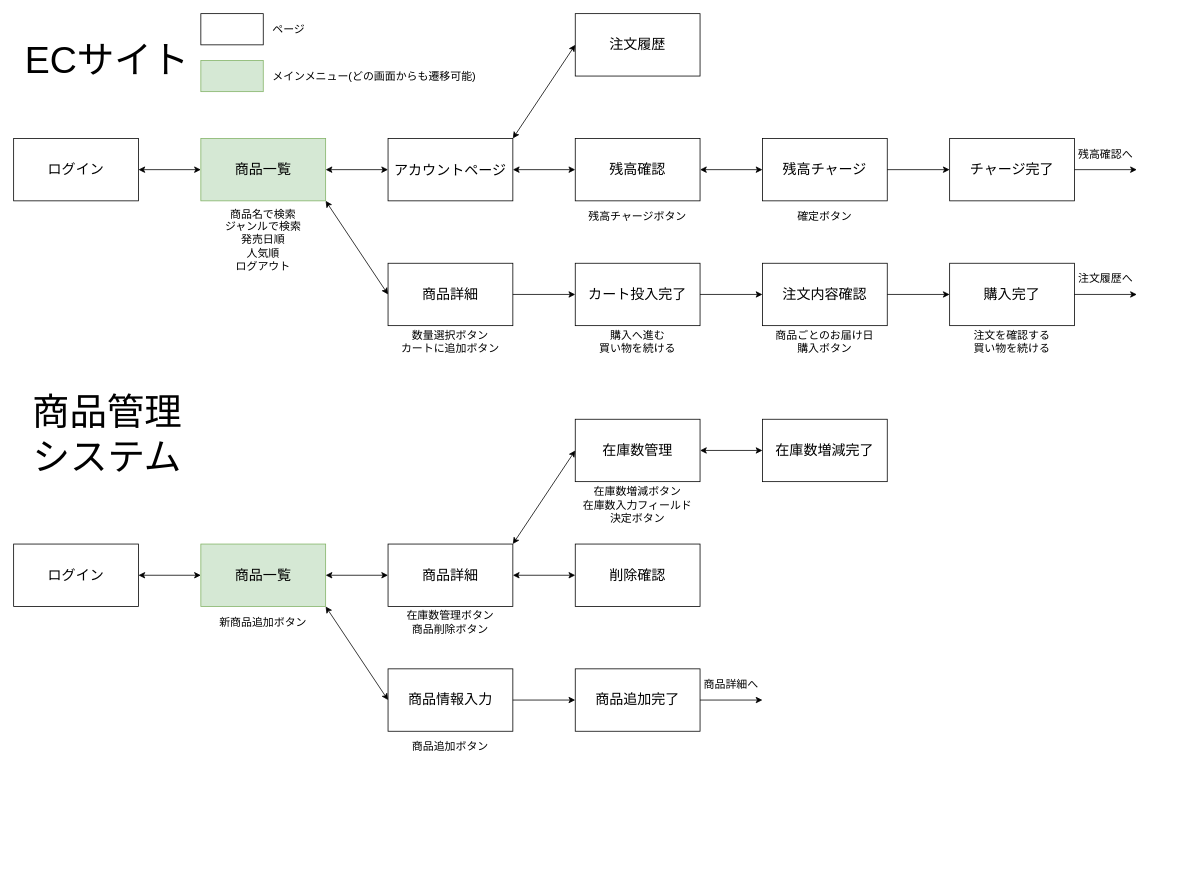
This is docs/画面遷移図.drawio from shunsuke5/electronic-commerce, a draw.io file, before an edit. Source tidied: cells renumbered, new cells numbered last; positions are measured from the earlier drawing's top-left corner, leaving out a move shared by most shapes. Both pictures are drawn from the tidied source at 78%, with x=0, y=0 at pixel (13, 13).
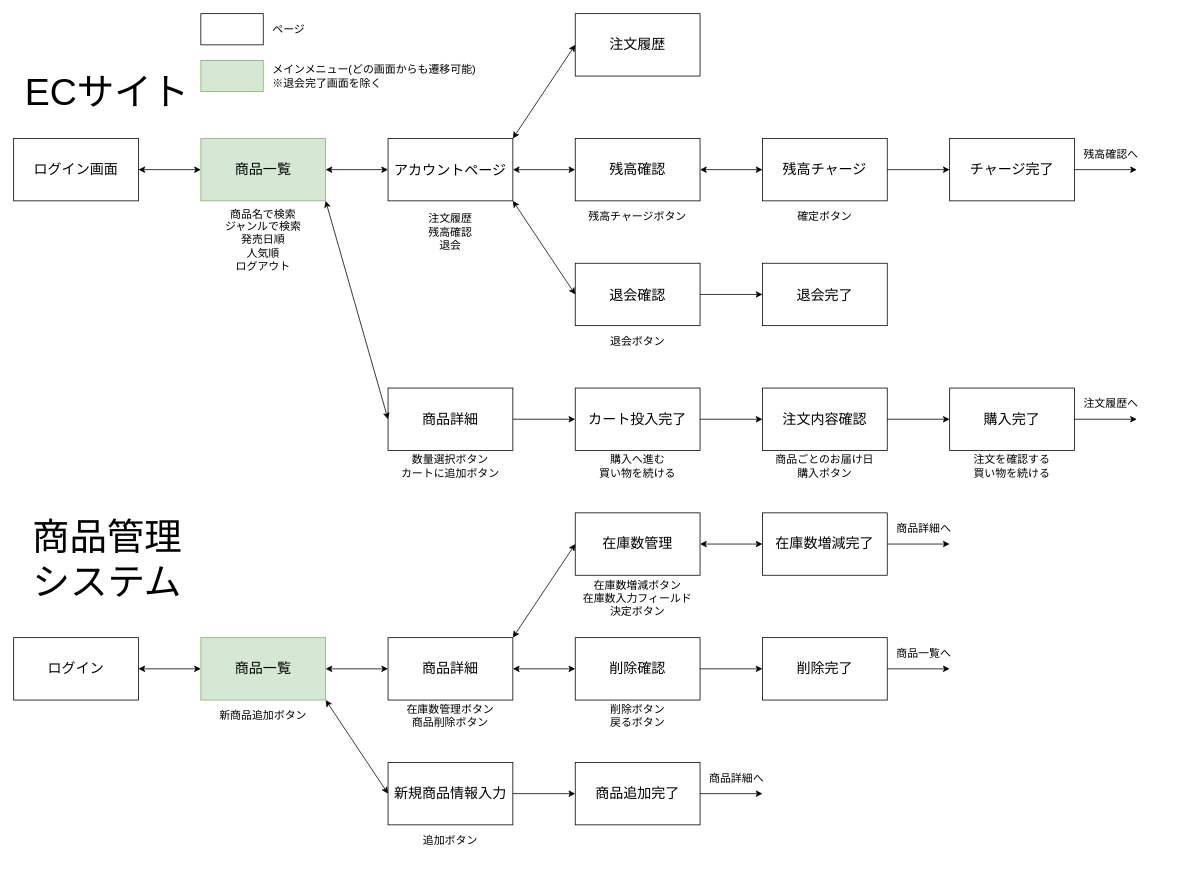
Above is the later version.

Commit message (it also covers changes not shown here):
画面遷移図と仕様 大体完成

The change refers to these unchanged cells:
```xml
<mxCell id="5" value="&lt;font style=&quot;font-size: 18px;&quot;&gt;アカウントページ&lt;/font&gt;" style="rounded=0;whiteSpace=wrap;html=1;fontSize=24;" parent="1" vertex="1">
  <mxGeometry x="480" y="160" width="160" height="80" as="geometry" />
</mxCell>
```

Diff of the diagram source:
```diff
@@
-    <mxCell id="2" value="&lt;font style=&quot;font-size: 18px;&quot;&gt;ログイン&lt;/font&gt;" style="rounded=0;whiteSpace=wrap;html=1;" parent="1" vertex="1">
+    <mxCell id="2" value="&lt;font style=&quot;font-size: 18px;&quot;&gt;ログイン画面&lt;/font&gt;" style="rounded=0;whiteSpace=wrap;html=1;" parent="1" vertex="1">
       <mxGeometry y="160" width="160" height="80" as="geometry" />
     </mxCell>
@@
     <mxCell id="4" value="注文内容確認" style="rounded=0;whiteSpace=wrap;html=1;fontSize=18;" parent="1" vertex="1">
-      <mxGeometry x="960" y="320" width="160" height="80" as="geometry" />
+      <mxGeometry x="960" y="480" width="160" height="80" as="geometry" />
     </mxCell>
@@
     <mxCell id="7" value="&lt;div&gt;&lt;font style=&quot;font-size: 14px;&quot;&gt;商品ごとのお届け日&lt;/font&gt;&lt;/div&gt;&lt;font style=&quot;font-size: 14px;&quot;&gt;購入ボタン&lt;/font&gt;" style="text;html=1;align=center;verticalAlign=middle;whiteSpace=wrap;rounded=0;" parent="1" vertex="1">
-      <mxGeometry x="960" y="400" width="160" height="40" as="geometry" />
+      <mxGeometry x="960" y="560" width="160" height="40" as="geometry" />
     </mxCell>
     <mxCell id="8" value="カート投入完了" style="rounded=0;whiteSpace=wrap;html=1;fontSize=18;" parent="1" vertex="1">
-      <mxGeometry x="720" y="320" width="160" height="80" as="geometry" />
+      <mxGeometry x="720" y="480" width="160" height="80" as="geometry" />
     </mxCell>
     <mxCell id="9" value="&lt;font style=&quot;font-size: 14px;&quot;&gt;購入へ進む&lt;/font&gt;&lt;div&gt;&lt;font style=&quot;font-size: 14px;&quot;&gt;買い物を続ける&lt;/font&gt;&lt;/div&gt;" style="text;html=1;align=center;verticalAlign=middle;whiteSpace=wrap;rounded=0;" parent="1" vertex="1">
-      <mxGeometry x="720" y="400" width="160" height="40" as="geometry" />
+      <mxGeometry x="720" y="560" width="160" height="40" as="geometry" />
     </mxCell>
@@
     <mxCell id="13" value="&lt;font style=&quot;font-size: 48px;&quot;&gt;ECサイト&lt;/font&gt;" style="text;html=1;align=center;verticalAlign=middle;whiteSpace=wrap;rounded=0;" parent="1" vertex="1">
-      <mxGeometry width="240" height="120" as="geometry" />
+      <mxGeometry y="40" width="240" height="120" as="geometry" />
     </mxCell>
     <mxCell id="14" value="&lt;font style=&quot;font-size: 48px;&quot;&gt;商品管理システム&lt;/font&gt;" style="text;html=1;align=center;verticalAlign=middle;whiteSpace=wrap;rounded=0;" parent="1" vertex="1">
-      <mxGeometry y="480" width="240" height="120" as="geometry" />
+      <mxGeometry y="640" width="240" height="120" as="geometry" />
     </mxCell>
     <mxCell id="15" value="ログイン" style="rounded=0;whiteSpace=wrap;html=1;fontSize=18;" parent="1" vertex="1">
-      <mxGeometry y="680" width="160" height="80" as="geometry" />
+      <mxGeometry y="800" width="160" height="80" as="geometry" />
     </mxCell>
     <mxCell id="16" value="購入完了" style="rounded=0;whiteSpace=wrap;html=1;fontSize=18;" parent="1" vertex="1">
-      <mxGeometry x="1200" y="320" width="160" height="80" as="geometry" />
+      <mxGeometry x="1200" y="480" width="160" height="80" as="geometry" />
     </mxCell>
@@
-    <mxCell id="21" value="&lt;div&gt;&lt;div&gt;&lt;div&gt;&lt;font style=&quot;font-size: 14px;&quot;&gt;注文履歴へ&lt;/font&gt;&lt;/div&gt;&lt;/div&gt;&lt;/div&gt;" style="text;html=1;align=center;verticalAlign=middle;whiteSpace=wrap;rounded=0;" parent="1" vertex="1">
-      <mxGeometry x="1320" y="320" width="160" height="40" as="geometry" />
+    <mxCell id="21" value="&lt;div&gt;&lt;div&gt;&lt;div&gt;&lt;font style=&quot;font-size: 14px;&quot;&gt;注文履歴へ&lt;/font&gt;&lt;/div&gt;&lt;/div&gt;&lt;/div&gt;" style="text;html=1;align=left;verticalAlign=middle;whiteSpace=wrap;rounded=0;" parent="1" vertex="1">
+      <mxGeometry x="1370" y="480" width="80" height="40" as="geometry" />
     </mxCell>
     <mxCell id="22" style="endArrow=classic;html=1;rounded=0;exitX=1;exitY=0.5;exitDx=0;exitDy=0;entryX=0;entryY=0.5;entryDx=0;entryDy=0;" parent="1" edge="1" source="16">
       <mxGeometry relative="1" as="geometry">
-        <mxPoint x="1440" y="360" as="targetPoint" />
+        <mxPoint x="1440" y="520" as="targetPoint" />
       </mxGeometry>
     </mxCell>
@@
-    <mxCell id="24" value="残高確認へ" style="text;html=1;align=center;verticalAlign=middle;whiteSpace=wrap;rounded=0;fontSize=14;" parent="1" vertex="1">
-      <mxGeometry x="1320" y="160" width="160" height="40" as="geometry" />
+    <mxCell id="24" value="残高確認へ" style="text;html=1;align=left;verticalAlign=middle;whiteSpace=wrap;rounded=0;fontSize=14;" parent="1" vertex="1">
+      <mxGeometry x="1370" y="160" width="80" height="40" as="geometry" />
     </mxCell>
@@
     <mxCell id="26" value="商品一覧" style="rounded=0;whiteSpace=wrap;html=1;fontSize=18;fillColor=#d5e8d4;strokeColor=#82b366;" parent="1" vertex="1">
-      <mxGeometry x="240" y="680" width="160" height="80" as="geometry" />
+      <mxGeometry x="240" y="800" width="160" height="80" as="geometry" />
     </mxCell>
     <mxCell id="27" value="商品詳細" style="rounded=0;whiteSpace=wrap;html=1;fontSize=18;" parent="1" vertex="1">
-      <mxGeometry x="480" y="680" width="160" height="80" as="geometry" />
+      <mxGeometry x="480" y="800" width="160" height="80" as="geometry" />
     </mxCell>
     <mxCell id="28" value="&lt;font style=&quot;font-size: 14px;&quot;&gt;在庫数管理ボタン&lt;/font&gt;&lt;div&gt;&lt;font style=&quot;font-size: 14px;&quot;&gt;商品削除ボタン&lt;/font&gt;&lt;/div&gt;" style="text;html=1;align=center;verticalAlign=middle;whiteSpace=wrap;rounded=0;" parent="1" vertex="1">
-      <mxGeometry x="480" y="760" width="160" height="40" as="geometry" />
+      <mxGeometry x="480" y="880" width="160" height="40" as="geometry" />
     </mxCell>
     <mxCell id="29" value="商品詳細" style="rounded=0;whiteSpace=wrap;html=1;fontSize=18;" parent="1" vertex="1">
-      <mxGeometry x="480" y="320" width="160" height="80" as="geometry" />
+      <mxGeometry x="480" y="480" width="160" height="80" as="geometry" />
     </mxCell>
@@
     <mxCell id="31" value="&lt;font&gt;数量選択ボタン&lt;/font&gt;&lt;div&gt;&lt;font&gt;カートに追加ボタン&lt;/font&gt;&lt;/div&gt;" style="text;html=1;align=center;verticalAlign=middle;whiteSpace=wrap;rounded=0;fontSize=14;" parent="1" vertex="1">
-      <mxGeometry x="480" y="400" width="160" height="40" as="geometry" />
+      <mxGeometry x="480" y="560" width="160" height="40" as="geometry" />
     </mxCell>
     <mxCell id="32" value="&lt;div&gt;&lt;span style=&quot;font-size: 14px;&quot;&gt;注文を確認する&lt;/span&gt;&lt;/div&gt;&lt;div&gt;&lt;span style=&quot;font-size: 14px;&quot;&gt;買い物を続ける&lt;/span&gt;&lt;/div&gt;" style="text;html=1;align=center;verticalAlign=middle;whiteSpace=wrap;rounded=0;" parent="1" vertex="1">
-      <mxGeometry x="1200" y="400" width="160" height="40" as="geometry" />
+      <mxGeometry x="1200" y="560" width="160" height="40" as="geometry" />
     </mxCell>
     <mxCell id="33" value="削除確認" style="rounded=0;whiteSpace=wrap;html=1;fontSize=18;" parent="1" vertex="1">
-      <mxGeometry x="720" y="680" width="160" height="80" as="geometry" />
+      <mxGeometry x="720" y="800" width="160" height="80" as="geometry" />
     </mxCell>
     <mxCell id="34" value="在庫数管理" style="rounded=0;whiteSpace=wrap;html=1;fontSize=18;" parent="1" vertex="1">
-      <mxGeometry x="720" y="520" width="160" height="80" as="geometry" />
+      <mxGeometry x="720" y="640" width="160" height="80" as="geometry" />
     </mxCell>
     <mxCell id="35" value="&lt;span style=&quot;font-size: 14px;&quot;&gt;新商品追加ボタン&lt;/span&gt;" style="text;html=1;align=center;verticalAlign=middle;whiteSpace=wrap;rounded=0;" parent="1" vertex="1">
-      <mxGeometry x="240" y="760" width="160" height="40" as="geometry" />
+      <mxGeometry x="240" y="880" width="160" height="40" as="geometry" />
     </mxCell>
-    <mxCell id="36" value="商品情報入力" style="rounded=0;whiteSpace=wrap;html=1;fontSize=18;" parent="1" vertex="1">
-      <mxGeometry x="480" y="840" width="160" height="80" as="geometry" />
+    <mxCell id="36" value="新規商品情報入力" style="rounded=0;whiteSpace=wrap;html=1;fontSize=18;" parent="1" vertex="1">
+      <mxGeometry x="480" y="960" width="160" height="80" as="geometry" />
     </mxCell>
-    <mxCell id="37" value="&lt;span style=&quot;font-size: 14px;&quot;&gt;商品追加ボタン&lt;/span&gt;" style="text;html=1;align=center;verticalAlign=middle;whiteSpace=wrap;rounded=0;" parent="1" vertex="1">
-      <mxGeometry x="480" y="920" width="160" height="40" as="geometry" />
+    <mxCell id="37" value="&lt;span style=&quot;font-size: 14px;&quot;&gt;追加ボタン&lt;/span&gt;" style="text;html=1;align=center;verticalAlign=middle;whiteSpace=wrap;rounded=0;" parent="1" vertex="1">
+      <mxGeometry x="480" y="1040" width="160" height="40" as="geometry" />
     </mxCell>
@@
     <mxCell id="49" value="&lt;font style=&quot;font-size: 14px;&quot;&gt;在庫数増減ボタン&lt;/font&gt;&lt;div&gt;&lt;font style=&quot;font-size: 14px;&quot;&gt;在庫数入力フィールド&lt;/font&gt;&lt;/div&gt;&lt;div&gt;&lt;font style=&quot;font-size: 14px;&quot;&gt;決定ボタン&lt;/font&gt;&lt;/div&gt;" style="text;html=1;align=center;verticalAlign=middle;whiteSpace=wrap;rounded=0;" parent="1" vertex="1">
-      <mxGeometry x="720" y="610" width="160" height="40" as="geometry" />
+      <mxGeometry x="720" y="730" width="160" height="40" as="geometry" />
     </mxCell>
     <mxCell id="50" value="在庫数増減完了" style="rounded=0;whiteSpace=wrap;html=1;fontSize=18;" parent="1" vertex="1">
-      <mxGeometry x="960" y="520" width="160" height="80" as="geometry" />
+      <mxGeometry x="960" y="640" width="160" height="80" as="geometry" />
     </mxCell>
@@
     <mxCell id="52" value="商品追加完了" style="rounded=0;whiteSpace=wrap;html=1;fontSize=18;" parent="1" vertex="1">
-      <mxGeometry x="720" y="840" width="160" height="80" as="geometry" />
+      <mxGeometry x="720" y="960" width="160" height="80" as="geometry" />
     </mxCell>
@@
     <mxCell id="54" style="endArrow=classic;html=1;rounded=0;exitX=1;exitY=0.5;exitDx=0;exitDy=0;entryX=0;entryY=0.5;entryDx=0;entryDy=0;" parent="1" edge="1" source="52">
       <mxGeometry relative="1" as="geometry">
-        <mxPoint x="960" y="880" as="targetPoint" />
+        <mxPoint x="960" y="1000" as="targetPoint" />
       </mxGeometry>
     </mxCell>
-    <mxCell id="55" value="商品詳細へ" style="text;html=1;align=center;verticalAlign=middle;whiteSpace=wrap;rounded=0;fontSize=14;" parent="1" vertex="1">
-      <mxGeometry x="840" y="840" width="160" height="40" as="geometry" />
+    <mxCell id="55" value="商品詳細へ" style="text;html=1;align=left;verticalAlign=middle;whiteSpace=wrap;rounded=0;fontSize=14;" parent="1" vertex="1">
+      <mxGeometry x="890" y="960" width="80" height="40" as="geometry" />
     </mxCell>
@@
-    <mxCell id="59" value="メインメニュー(どの画面からも遷移可能)" style="text;html=1;align=left;verticalAlign=middle;whiteSpace=wrap;rounded=0;fontSize=14;" parent="1" vertex="1">
+    <mxCell id="59" value="メインメニュー(どの画面からも遷移可能)&lt;div&gt;※退会完了画面を除く&lt;/div&gt;" style="text;html=1;align=left;verticalAlign=middle;whiteSpace=wrap;rounded=0;fontSize=14;" parent="1" vertex="1">
       <mxGeometry x="330" y="65" width="310" height="30" as="geometry" />
     </mxCell>
@@
+    <mxCell id="61" style="endArrow=classic;html=1;rounded=0;exitX=1;exitY=0.5;exitDx=0;exitDy=0;entryX=0;entryY=0.5;entryDx=0;entryDy=0;" parent="1" edge="1" source="50">
+      <mxGeometry relative="1" as="geometry">
+        <mxPoint x="1200" y="680" as="targetPoint" />
+      </mxGeometry>
+    </mxCell>
+    <mxCell id="62" value="&lt;div&gt;&lt;div&gt;&lt;div&gt;&lt;font style=&quot;font-size: 14px;&quot;&gt;商品詳細へ&lt;/font&gt;&lt;/div&gt;&lt;/div&gt;&lt;/div&gt;" style="text;html=1;align=left;verticalAlign=middle;whiteSpace=wrap;rounded=0;" parent="1" vertex="1">
+      <mxGeometry x="1130" y="640" width="80" height="40" as="geometry" />
+    </mxCell>
+    <mxCell id="63" value="&lt;div&gt;&lt;font style=&quot;font-size: 14px;&quot;&gt;削除ボタン&lt;/font&gt;&lt;/div&gt;&lt;div&gt;&lt;font style=&quot;font-size: 14px;&quot;&gt;戻るボタン&lt;/font&gt;&lt;/div&gt;" style="text;html=1;align=center;verticalAlign=middle;whiteSpace=wrap;rounded=0;" parent="1" vertex="1">
+      <mxGeometry x="720" y="880" width="160" height="40" as="geometry" />
+    </mxCell>
+    <mxCell id="64" value="削除完了" style="rounded=0;whiteSpace=wrap;html=1;fontSize=18;" parent="1" vertex="1">
+      <mxGeometry x="960" y="800" width="160" height="80" as="geometry" />
+    </mxCell>
+    <mxCell id="65" style="endArrow=classic;html=1;rounded=0;exitX=1;exitY=0.5;exitDx=0;exitDy=0;entryX=0;entryY=0.5;entryDx=0;entryDy=0;" parent="1" edge="1" source="64">
+      <mxGeometry relative="1" as="geometry">
+        <mxPoint x="1200" y="840" as="targetPoint" />
+      </mxGeometry>
+    </mxCell>
+    <mxCell id="66" style="endArrow=classic;html=1;rounded=0;exitX=1;exitY=0.5;exitDx=0;exitDy=0;entryX=0;entryY=0.5;entryDx=0;entryDy=0;" parent="1" edge="1" source="33" target="64">
+      <mxGeometry relative="1" as="geometry" />
+    </mxCell>
+    <mxCell id="67" value="&lt;div&gt;&lt;div&gt;&lt;div&gt;&lt;font style=&quot;font-size: 14px;&quot;&gt;商品一覧へ&lt;/font&gt;&lt;/div&gt;&lt;/div&gt;&lt;/div&gt;" style="text;html=1;align=left;verticalAlign=middle;whiteSpace=wrap;rounded=0;" parent="1" vertex="1">
+      <mxGeometry x="1130" y="800" width="80" height="40" as="geometry" />
+    </mxCell>
+    <mxCell id="68" value="&lt;font style=&quot;font-size: 18px;&quot;&gt;退会確認&lt;/font&gt;" style="rounded=0;whiteSpace=wrap;html=1;fontSize=24;" parent="1" vertex="1">
+      <mxGeometry x="720" y="320" width="160" height="80" as="geometry" />
+    </mxCell>
+    <mxCell id="69" value="&lt;font style=&quot;font-size: 14px;&quot;&gt;注文履歴&lt;/font&gt;&lt;div&gt;&lt;font style=&quot;font-size: 14px;&quot;&gt;残高確認&lt;/font&gt;&lt;/div&gt;&lt;div&gt;&lt;font style=&quot;font-size: 14px;&quot;&gt;退会&lt;/font&gt;&lt;/div&gt;" style="text;html=1;align=center;verticalAlign=middle;whiteSpace=wrap;rounded=0;" parent="1" vertex="1">
+      <mxGeometry x="480" y="260" width="160" height="40" as="geometry" />
+    </mxCell>
+    <mxCell id="70" style="endArrow=classic;startArrow=classic;html=1;rounded=0;entryX=0;entryY=0.5;entryDx=0;entryDy=0;exitX=1;exitY=1;exitDx=0;exitDy=0;" parent="1" edge="1" source="5" target="68">
+      <mxGeometry relative="1" as="geometry" />
+    </mxCell>
+    <mxCell id="71" value="&lt;font style=&quot;font-size: 18px;&quot;&gt;退会完了&lt;/font&gt;" style="rounded=0;whiteSpace=wrap;html=1;fontSize=24;" parent="1" vertex="1">
+      <mxGeometry x="960" y="320" width="160" height="80" as="geometry" />
+    </mxCell>
+    <mxCell id="72" style="endArrow=classic;html=1;rounded=0;entryX=0;entryY=0.5;entryDx=0;entryDy=0;exitX=1;exitY=0.5;exitDx=0;exitDy=0;" parent="1" edge="1" source="68" target="71">
+      <mxGeometry relative="1" as="geometry" />
+    </mxCell>
+    <mxCell id="73" value="&lt;font style=&quot;font-size: 14px;&quot;&gt;退会ボタン&lt;/font&gt;" style="text;html=1;align=center;verticalAlign=middle;whiteSpace=wrap;rounded=0;" parent="1" vertex="1">
+      <mxGeometry x="720" y="400" width="160" height="40" as="geometry" />
+    </mxCell>
```
